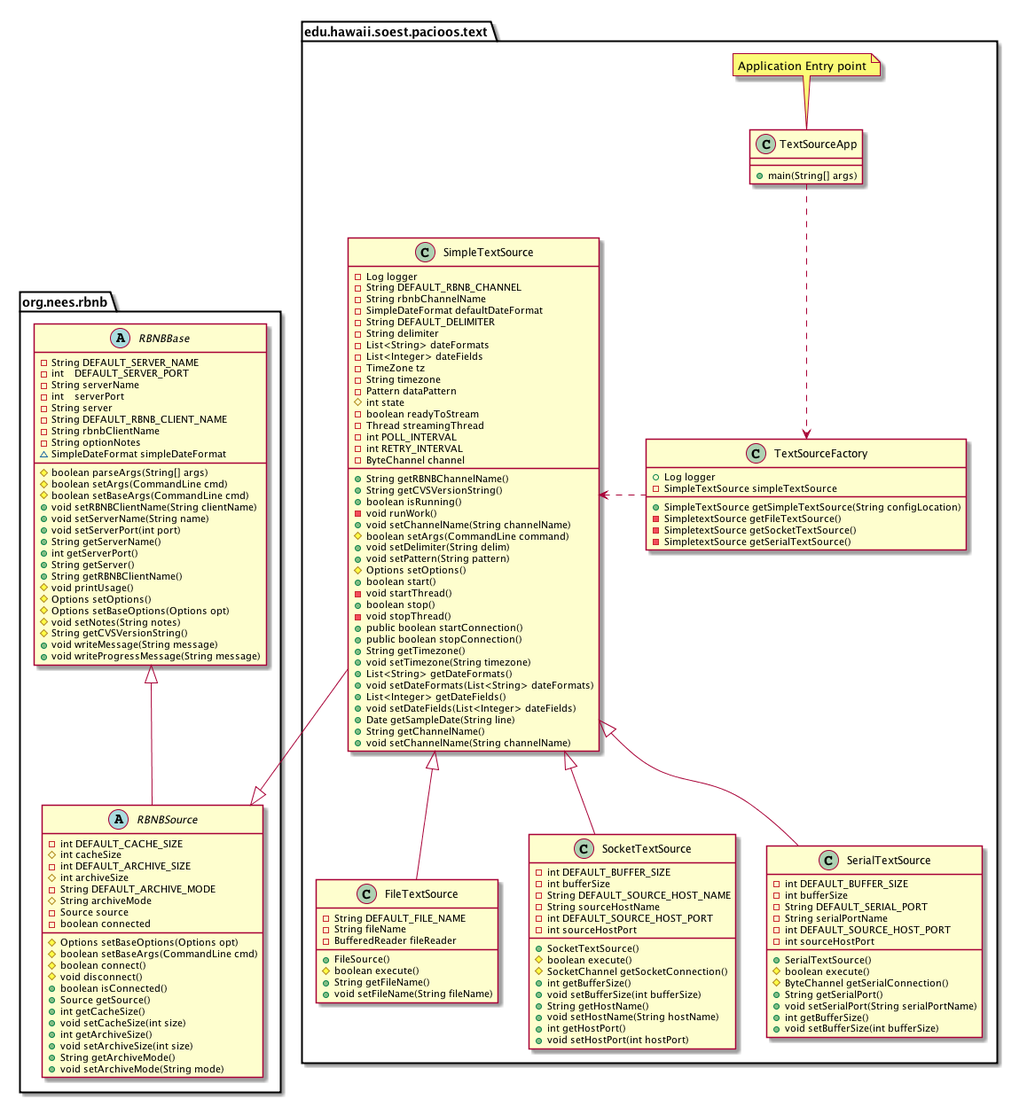
Earlier version of the PlantUML export docs/dev/design/rbnb-drivers-class-diagram.png (csjx/realtime-data).
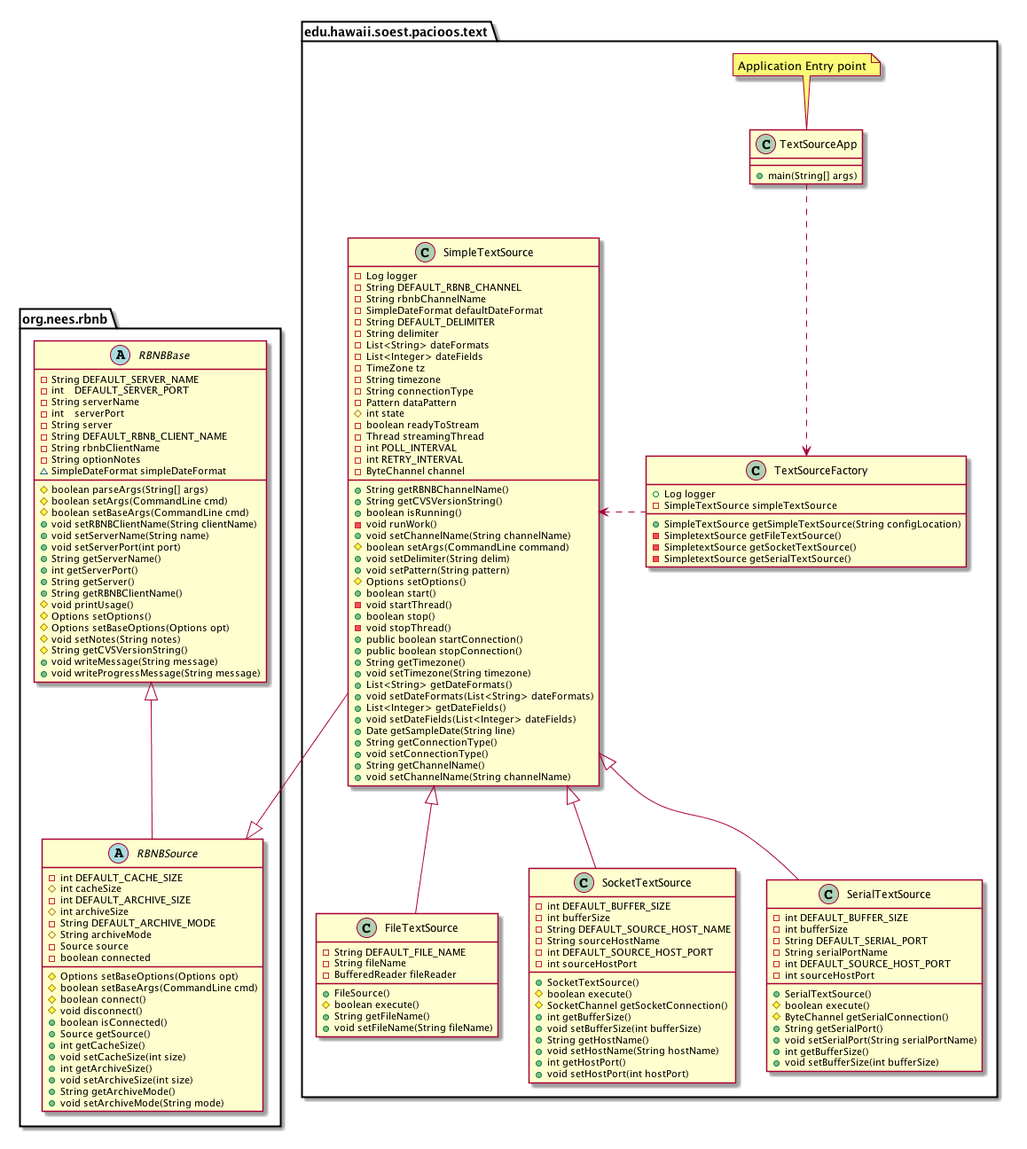
The same diagram one commit later.

Commit message:
Add in the connectionType attribute, and {get|set}ConnectionType() methods.  Values will be 'file', 'socket', and 'serial'.

Diff of the diagram source:
```diff
@@ -97,6 +97,7 @@
     -List<Integer> dateFields
     -TimeZone tz
     -String timezone
+    -String connectionType
     -Pattern dataPattern
     #int state
     -boolean readyToStream
@@ -126,6 +127,8 @@
     +List<Integer> getDateFields()
     +void setDateFields(List<Integer> dateFields)
     +Date getSampleDate(String line)
+    +String getConnectionType()
+    +void setConnectionType()
     +String getChannelName()
     +void setChannelName(String channelName)
   }
```
